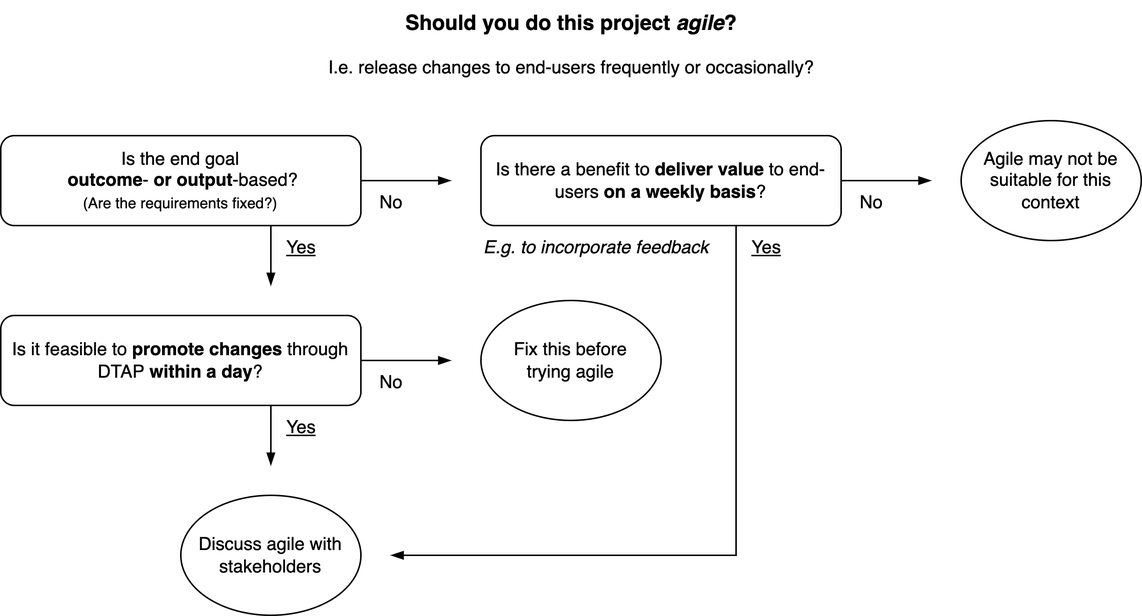
Before: img/choosing-agile.png, a diagram exported from draw.io (voschezang/coding-handbook). Source tidied: cells renumbered, new cells last; positions are measured from the earlier drawing's top-left corner, leaving out a move shared by most shapes. The source it was exported from:
```xml
<mxGraphModel>
  <root>
    <mxCell id="0" />
    <mxCell id="1" parent="0" />
    <mxCell id="2" style="edgeStyle=orthogonalEdgeStyle;rounded=0;orthogonalLoop=1;jettySize=auto;html=1;exitX=0.5;exitY=1;exitDx=0;exitDy=0;endArrow=blockThin;endFill=1;" parent="1" edge="1">
      <mxGeometry relative="1" as="geometry">
        <mxPoint x="180" y="150" as="sourcePoint" />
        <mxPoint x="180" y="190" as="targetPoint" />
      </mxGeometry>
    </mxCell>
    <mxCell id="3" style="edgeStyle=orthogonalEdgeStyle;rounded=0;jettySize=auto;html=1;exitX=1;exitY=0.5;exitDx=0;exitDy=0;endArrow=blockThin;endFill=1;" parent="1" edge="1" source="4">
      <mxGeometry relative="1" as="geometry">
        <mxPoint x="300" y="120" as="targetPoint" />
      </mxGeometry>
    </mxCell>
    <mxCell id="4" value="Is the end goal&lt;br&gt;&amp;nbsp;&lt;b&gt;outcome&lt;/b&gt;- &lt;b&gt;or&lt;/b&gt; &lt;b&gt;output&lt;/b&gt;-based?&lt;br&gt;&lt;font style=&quot;font-size: 10px;&quot;&gt;(Are the requirements fixed?)&lt;/font&gt;" style="rounded=1;whiteSpace=wrap;html=1;" parent="1" vertex="1">
      <mxGeometry y="90" width="240" height="60" as="geometry" />
    </mxCell>
    <mxCell id="5" value="Should you do this project &lt;i style=&quot;font-size: 14px;&quot;&gt;agile&lt;/i&gt;?" style="text;html=1;align=center;verticalAlign=middle;strokeColor=none;fillColor=none;fontStyle=1;fontSize=14;" parent="1" vertex="1">
      <mxGeometry x="260" width="240" height="30" as="geometry" />
    </mxCell>
    <mxCell id="6" value="Is it feasible to &lt;b&gt;promote changes&lt;/b&gt; through DTAP &lt;b&gt;within a day&lt;/b&gt;?" style="rounded=1;whiteSpace=wrap;html=1;" parent="1" vertex="1">
      <mxGeometry y="210" width="240" height="60" as="geometry" />
    </mxCell>
    <mxCell id="7" value="I.e. release changes to end-users frequently or occasionally?" style="text;html=1;align=center;verticalAlign=middle;strokeColor=none;fillColor=none;" parent="1" vertex="1">
      <mxGeometry x="205" y="30" width="350" height="30" as="geometry" />
    </mxCell>
    <mxCell id="8" style="edgeStyle=orthogonalEdgeStyle;rounded=0;jettySize=auto;html=1;exitX=0.75;exitY=1;exitDx=0;exitDy=0;fontSize=14;endArrow=blockThin;endFill=1;" parent="1" edge="1" source="9">
      <mxGeometry relative="1" as="geometry">
        <mxPoint x="260" y="370" as="targetPoint" />
        <Array as="points">
          <mxPoint x="490" y="370" />
        </Array>
      </mxGeometry>
    </mxCell>
    <mxCell id="9" value="Is there a benefit to &lt;b&gt;deliver value&lt;/b&gt;&amp;nbsp;to end-users &lt;b&gt;on a weekly basis&lt;/b&gt;?" style="rounded=1;whiteSpace=wrap;html=1;" parent="1" vertex="1">
      <mxGeometry x="320" y="90" width="240" height="60" as="geometry" />
    </mxCell>
    <mxCell id="10" value="&lt;i&gt;E.g. to incorporate feedback&lt;/i&gt;" style="text;html=1;align=left;verticalAlign=middle;strokeColor=none;fillColor=none;" parent="1" vertex="1">
      <mxGeometry x="320" y="150" width="170" height="30" as="geometry" />
    </mxCell>
    <mxCell id="11" value="No" style="text;html=1;align=center;verticalAlign=middle;strokeColor=none;fillColor=none;" parent="1" vertex="1">
      <mxGeometry x="240" y="120" width="40" height="30" as="geometry" />
    </mxCell>
    <mxCell id="12" value="Yes" style="text;html=1;align=center;verticalAlign=middle;strokeColor=none;fillColor=none;fontStyle=4;" parent="1" vertex="1">
      <mxGeometry x="180" y="150" width="40" height="30" as="geometry" />
    </mxCell>
    <mxCell id="13" value="Discuss agile with stakeholders" style="ellipse;whiteSpace=wrap;html=1;" parent="1" vertex="1">
      <mxGeometry x="120" y="330" width="120" height="80" as="geometry" />
    </mxCell>
    <mxCell id="14" value="Fix this before&lt;br&gt;trying agile" style="ellipse;whiteSpace=wrap;html=1;" parent="1" vertex="1">
      <mxGeometry x="320" y="200" width="120" height="80" as="geometry" />
    </mxCell>
    <mxCell id="15" value="Agile may not be suitable for this context" style="ellipse;whiteSpace=wrap;html=1;" parent="1" vertex="1">
      <mxGeometry x="640" y="80" width="120" height="80" as="geometry" />
    </mxCell>
    <mxCell id="16" value="Yes" style="text;html=1;align=center;verticalAlign=middle;strokeColor=none;fillColor=none;fontStyle=4;" parent="1" vertex="1">
      <mxGeometry x="180" y="270" width="40" height="30" as="geometry" />
    </mxCell>
    <mxCell id="17" value="No" style="text;html=1;align=center;verticalAlign=middle;strokeColor=none;fillColor=none;" parent="1" vertex="1">
      <mxGeometry x="560" y="120" width="40" height="30" as="geometry" />
    </mxCell>
    <mxCell id="18" style="edgeStyle=orthogonalEdgeStyle;rounded=0;orthogonalLoop=1;jettySize=auto;html=1;exitX=1;exitY=0.5;exitDx=0;exitDy=0;endArrow=blockThin;endFill=1;" parent="1" edge="1">
      <mxGeometry relative="1" as="geometry">
        <mxPoint x="560" y="120" as="sourcePoint" />
        <mxPoint x="620" y="120" as="targetPoint" />
      </mxGeometry>
    </mxCell>
    <mxCell id="19" style="edgeStyle=orthogonalEdgeStyle;rounded=0;orthogonalLoop=1;jettySize=auto;html=1;exitX=0.5;exitY=1;exitDx=0;exitDy=0;endArrow=blockThin;endFill=1;" parent="1" edge="1">
      <mxGeometry relative="1" as="geometry">
        <mxPoint x="180" y="270" as="sourcePoint" />
        <mxPoint x="180" y="310" as="targetPoint" />
      </mxGeometry>
    </mxCell>
    <mxCell id="20" style="edgeStyle=orthogonalEdgeStyle;rounded=0;orthogonalLoop=1;jettySize=auto;html=1;exitX=1;exitY=0.5;exitDx=0;exitDy=0;endArrow=blockThin;endFill=1;" parent="1" edge="1">
      <mxGeometry relative="1" as="geometry">
        <mxPoint x="240" y="240" as="sourcePoint" />
        <mxPoint x="300" y="240" as="targetPoint" />
      </mxGeometry>
    </mxCell>
    <mxCell id="21" value="No" style="text;html=1;align=center;verticalAlign=middle;strokeColor=none;fillColor=none;" parent="1" vertex="1">
      <mxGeometry x="240" y="240" width="40" height="30" as="geometry" />
    </mxCell>
    <mxCell id="22" value="Yes" style="text;html=1;align=center;verticalAlign=middle;strokeColor=none;fillColor=none;fontStyle=4;" parent="1" vertex="1">
      <mxGeometry x="490" y="150" width="40" height="30" as="geometry" />
    </mxCell>
  </root>
</mxGraphModel>
```
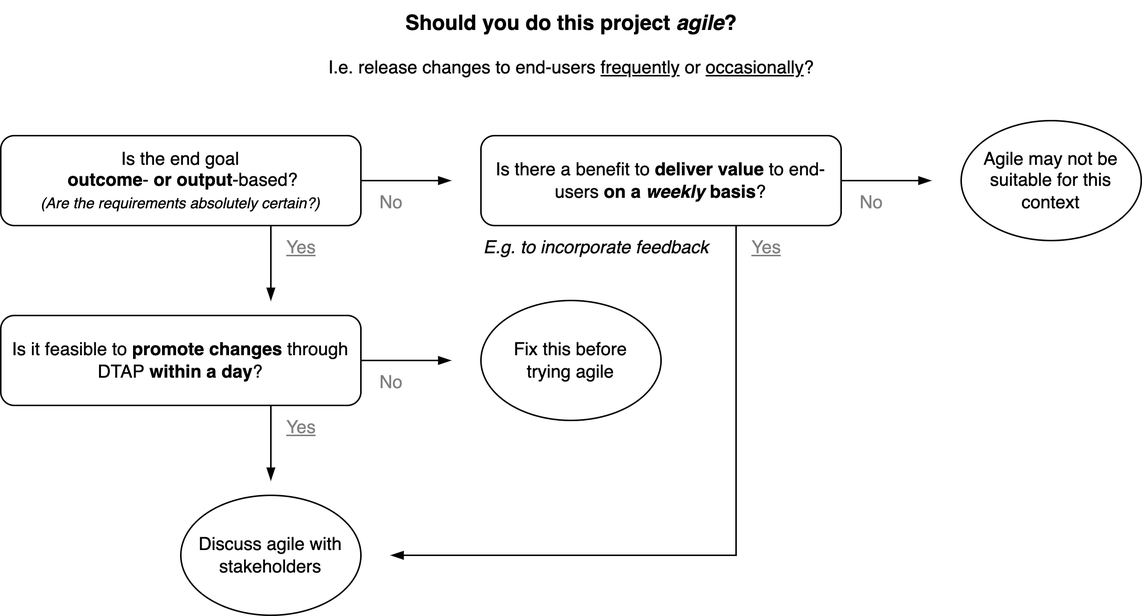
The same file after the commit.

The edit, as a diff of the source:
```diff
@@ -5,7 +5,7 @@
     <mxCell id="2" style="edgeStyle=orthogonalEdgeStyle;rounded=0;orthogonalLoop=1;jettySize=auto;html=1;exitX=0.5;exitY=1;exitDx=0;exitDy=0;endArrow=blockThin;endFill=1;" parent="1" edge="1">
       <mxGeometry relative="1" as="geometry">
         <mxPoint x="180" y="150" as="sourcePoint" />
-        <mxPoint x="180" y="190" as="targetPoint" />
+        <mxPoint x="180" y="200" as="targetPoint" />
       </mxGeometry>
     </mxCell>
     <mxCell id="3" style="edgeStyle=orthogonalEdgeStyle;rounded=0;jettySize=auto;html=1;exitX=1;exitY=0.5;exitDx=0;exitDy=0;endArrow=blockThin;endFill=1;" parent="1" edge="1" source="4">
@@ -13,7 +13,7 @@
         <mxPoint x="300" y="120" as="targetPoint" />
       </mxGeometry>
     </mxCell>
-    <mxCell id="4" value="Is the end goal&lt;br&gt;&amp;nbsp;&lt;b&gt;outcome&lt;/b&gt;- &lt;b&gt;or&lt;/b&gt; &lt;b&gt;output&lt;/b&gt;-based?&lt;br&gt;&lt;font style=&quot;font-size: 10px;&quot;&gt;(Are the requirements fixed?)&lt;/font&gt;" style="rounded=1;whiteSpace=wrap;html=1;" parent="1" vertex="1">
+    <mxCell id="4" value="Is the end goal&lt;br&gt;&amp;nbsp;&lt;b&gt;outcome&lt;/b&gt;- &lt;b&gt;or&lt;/b&gt; &lt;b&gt;output&lt;/b&gt;-based?&lt;br&gt;&lt;font style=&quot;font-size: 10px;&quot;&gt;&lt;i&gt;(Are the requirements absolutely certain?)&lt;/i&gt;&lt;/font&gt;" style="rounded=1;whiteSpace=wrap;html=1;" parent="1" vertex="1">
       <mxGeometry y="90" width="240" height="60" as="geometry" />
     </mxCell>
     <mxCell id="5" value="Should you do this project &lt;i style=&quot;font-size: 14px;&quot;&gt;agile&lt;/i&gt;?" style="text;html=1;align=center;verticalAlign=middle;strokeColor=none;fillColor=none;fontStyle=1;fontSize=14;" parent="1" vertex="1">
@@ -22,7 +22,7 @@
     <mxCell id="6" value="Is it feasible to &lt;b&gt;promote changes&lt;/b&gt; through DTAP &lt;b&gt;within a day&lt;/b&gt;?" style="rounded=1;whiteSpace=wrap;html=1;" parent="1" vertex="1">
       <mxGeometry y="210" width="240" height="60" as="geometry" />
     </mxCell>
-    <mxCell id="7" value="I.e. release changes to end-users frequently or occasionally?" style="text;html=1;align=center;verticalAlign=middle;strokeColor=none;fillColor=none;" parent="1" vertex="1">
+    <mxCell id="7" value="I.e. release changes to end-users &lt;u&gt;frequently&lt;/u&gt; or &lt;u&gt;occasionally&lt;/u&gt;?" style="text;html=1;align=center;verticalAlign=middle;strokeColor=none;fillColor=none;" parent="1" vertex="1">
       <mxGeometry x="205" y="30" width="350" height="30" as="geometry" />
     </mxCell>
     <mxCell id="8" style="edgeStyle=orthogonalEdgeStyle;rounded=0;jettySize=auto;html=1;exitX=0.75;exitY=1;exitDx=0;exitDy=0;fontSize=14;endArrow=blockThin;endFill=1;" parent="1" edge="1" source="9">
@@ -33,16 +33,16 @@
         </Array>
       </mxGeometry>
     </mxCell>
-    <mxCell id="9" value="Is there a benefit to &lt;b&gt;deliver value&lt;/b&gt;&amp;nbsp;to end-users &lt;b&gt;on a weekly basis&lt;/b&gt;?" style="rounded=1;whiteSpace=wrap;html=1;" parent="1" vertex="1">
+    <mxCell id="9" value="Is there a benefit to &lt;b&gt;deliver value&lt;/b&gt;&amp;nbsp;to end-users &lt;b&gt;on a &lt;i&gt;weekly&lt;/i&gt; basis&lt;/b&gt;?" style="rounded=1;whiteSpace=wrap;html=1;" parent="1" vertex="1">
       <mxGeometry x="320" y="90" width="240" height="60" as="geometry" />
     </mxCell>
     <mxCell id="10" value="&lt;i&gt;E.g. to incorporate feedback&lt;/i&gt;" style="text;html=1;align=left;verticalAlign=middle;strokeColor=none;fillColor=none;" parent="1" vertex="1">
       <mxGeometry x="320" y="150" width="170" height="30" as="geometry" />
     </mxCell>
-    <mxCell id="11" value="No" style="text;html=1;align=center;verticalAlign=middle;strokeColor=none;fillColor=none;" parent="1" vertex="1">
+    <mxCell id="11" value="No" style="text;html=1;align=center;verticalAlign=middle;strokeColor=none;fillColor=none;textOpacity=50;" parent="1" vertex="1">
       <mxGeometry x="240" y="120" width="40" height="30" as="geometry" />
     </mxCell>
-    <mxCell id="12" value="Yes" style="text;html=1;align=center;verticalAlign=middle;strokeColor=none;fillColor=none;fontStyle=4;" parent="1" vertex="1">
+    <mxCell id="12" value="Yes" style="text;html=1;align=center;verticalAlign=middle;strokeColor=none;fillColor=none;fontStyle=4;textOpacity=50;" parent="1" vertex="1">
       <mxGeometry x="180" y="150" width="40" height="30" as="geometry" />
     </mxCell>
     <mxCell id="13" value="Discuss agile with stakeholders" style="ellipse;whiteSpace=wrap;html=1;" parent="1" vertex="1">
@@ -54,10 +54,10 @@
     <mxCell id="15" value="Agile may not be suitable for this context" style="ellipse;whiteSpace=wrap;html=1;" parent="1" vertex="1">
       <mxGeometry x="640" y="80" width="120" height="80" as="geometry" />
     </mxCell>
-    <mxCell id="16" value="Yes" style="text;html=1;align=center;verticalAlign=middle;strokeColor=none;fillColor=none;fontStyle=4;" parent="1" vertex="1">
+    <mxCell id="16" value="Yes" style="text;html=1;align=center;verticalAlign=middle;strokeColor=none;fillColor=none;fontStyle=4;textOpacity=50;" parent="1" vertex="1">
       <mxGeometry x="180" y="270" width="40" height="30" as="geometry" />
     </mxCell>
-    <mxCell id="17" value="No" style="text;html=1;align=center;verticalAlign=middle;strokeColor=none;fillColor=none;" parent="1" vertex="1">
+    <mxCell id="17" value="No" style="text;html=1;align=center;verticalAlign=middle;strokeColor=none;fillColor=none;textOpacity=50;" parent="1" vertex="1">
       <mxGeometry x="560" y="120" width="40" height="30" as="geometry" />
     </mxCell>
     <mxCell id="18" style="edgeStyle=orthogonalEdgeStyle;rounded=0;orthogonalLoop=1;jettySize=auto;html=1;exitX=1;exitY=0.5;exitDx=0;exitDy=0;endArrow=blockThin;endFill=1;" parent="1" edge="1">
@@ -69,7 +69,7 @@
     <mxCell id="19" style="edgeStyle=orthogonalEdgeStyle;rounded=0;orthogonalLoop=1;jettySize=auto;html=1;exitX=0.5;exitY=1;exitDx=0;exitDy=0;endArrow=blockThin;endFill=1;" parent="1" edge="1">
       <mxGeometry relative="1" as="geometry">
         <mxPoint x="180" y="270" as="sourcePoint" />
-        <mxPoint x="180" y="310" as="targetPoint" />
+        <mxPoint x="180" y="320" as="targetPoint" />
       </mxGeometry>
     </mxCell>
     <mxCell id="20" style="edgeStyle=orthogonalEdgeStyle;rounded=0;orthogonalLoop=1;jettySize=auto;html=1;exitX=1;exitY=0.5;exitDx=0;exitDy=0;endArrow=blockThin;endFill=1;" parent="1" edge="1">
@@ -78,10 +78,10 @@
         <mxPoint x="300" y="240" as="targetPoint" />
       </mxGeometry>
     </mxCell>
-    <mxCell id="21" value="No" style="text;html=1;align=center;verticalAlign=middle;strokeColor=none;fillColor=none;" parent="1" vertex="1">
+    <mxCell id="21" value="No" style="text;html=1;align=center;verticalAlign=middle;strokeColor=none;fillColor=none;textOpacity=50;" parent="1" vertex="1">
       <mxGeometry x="240" y="240" width="40" height="30" as="geometry" />
     </mxCell>
-    <mxCell id="22" value="Yes" style="text;html=1;align=center;verticalAlign=middle;strokeColor=none;fillColor=none;fontStyle=4;" parent="1" vertex="1">
+    <mxCell id="22" value="Yes" style="text;html=1;align=center;verticalAlign=middle;strokeColor=none;fillColor=none;fontStyle=4;textOpacity=50;" parent="1" vertex="1">
       <mxGeometry x="490" y="150" width="40" height="30" as="geometry" />
     </mxCell>
   </root>
```
